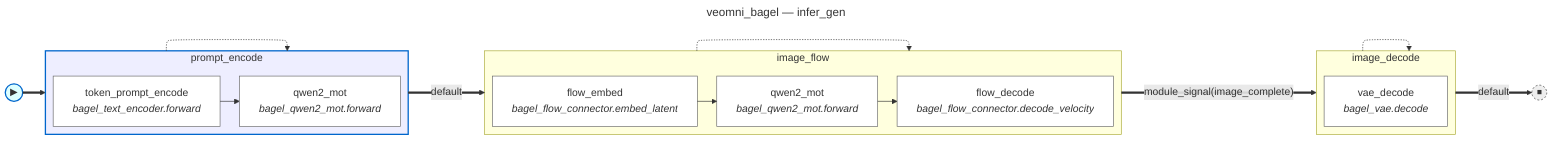
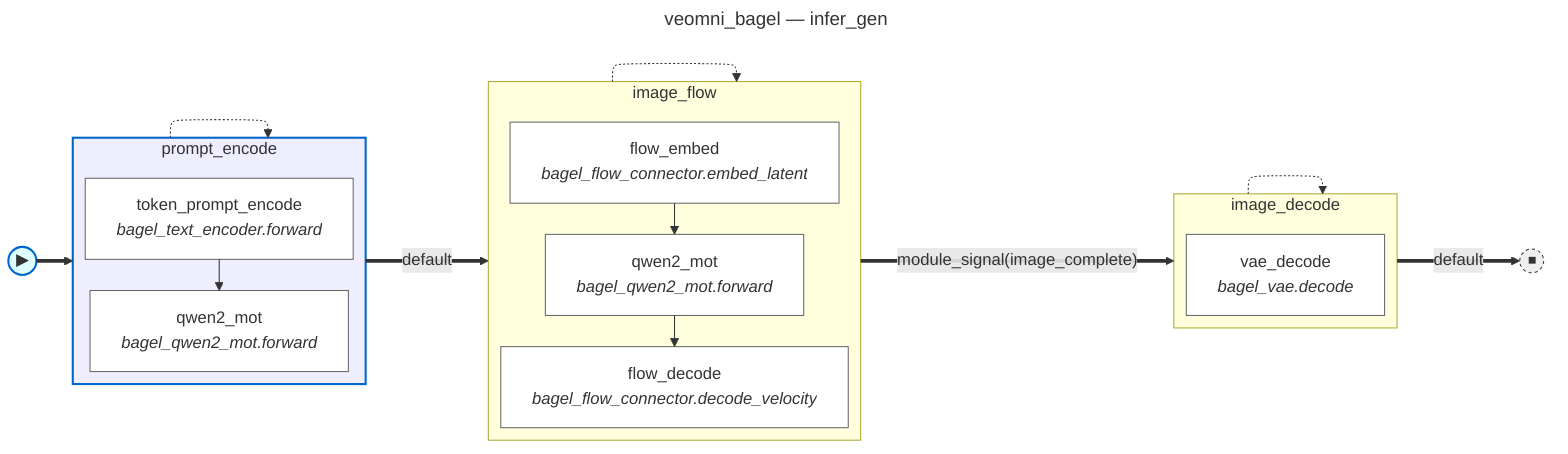
---
title: veomni_bagel — infer_gen
---
%%{init: {'flowchart': {'defaultRenderer': 'elk'}}}%%
flowchart LR
    fsm_start(("▶")):::fsm_start
    fsm_done(("⏹")):::fsm_terminal
    subgraph state_prompt_encode [prompt_encode]
-         direction LR
+         direction TB
        prompt_encode__token_prompt_encode["token_prompt_encode<br/><i>bagel_text_encoder.forward</i>"]:::body_node
        prompt_encode__qwen2_mot["qwen2_mot<br/><i>bagel_qwen2_mot.forward</i>"]:::body_node
        prompt_encode__token_prompt_encode --> prompt_encode__qwen2_mot
    end
    subgraph state_image_flow [image_flow]
-         direction LR
+         direction TB
        image_flow__flow_embed["flow_embed<br/><i>bagel_flow_connector.embed_latent</i>"]:::body_node
        image_flow__qwen2_mot["qwen2_mot<br/><i>bagel_qwen2_mot.forward</i>"]:::body_node
        image_flow__flow_decode["flow_decode<br/><i>bagel_flow_connector.decode_velocity</i>"]:::body_node
        image_flow__flow_embed --> image_flow__qwen2_mot
        image_flow__qwen2_mot --> image_flow__flow_decode
    end
    subgraph state_image_decode [image_decode]
-         direction LR
+         direction TB
        image_decode__vae_decode["vae_decode<br/><i>bagel_vae.decode</i>"]:::body_node
    end
    state_prompt_encode -.-> state_prompt_encode
    state_image_flow -.-> state_image_flow
    state_image_decode -.-> state_image_decode
    fsm_start ==> state_prompt_encode
    state_prompt_encode ==>|"default"| state_image_flow
    state_image_flow ==>|"module_signal(image_complete)"| state_image_decode
    state_image_decode ==>|"default"| fsm_done
    classDef body_node fill:#fff,stroke:#666
    classDef fsm_start fill:#dff,stroke:#06c,stroke-width:2px
    classDef fsm_terminal fill:#eee,stroke:#333,stroke-width:1px,stroke-dasharray:3 3
    style state_prompt_encode fill:#eef,stroke:#06c,stroke-width:2px
